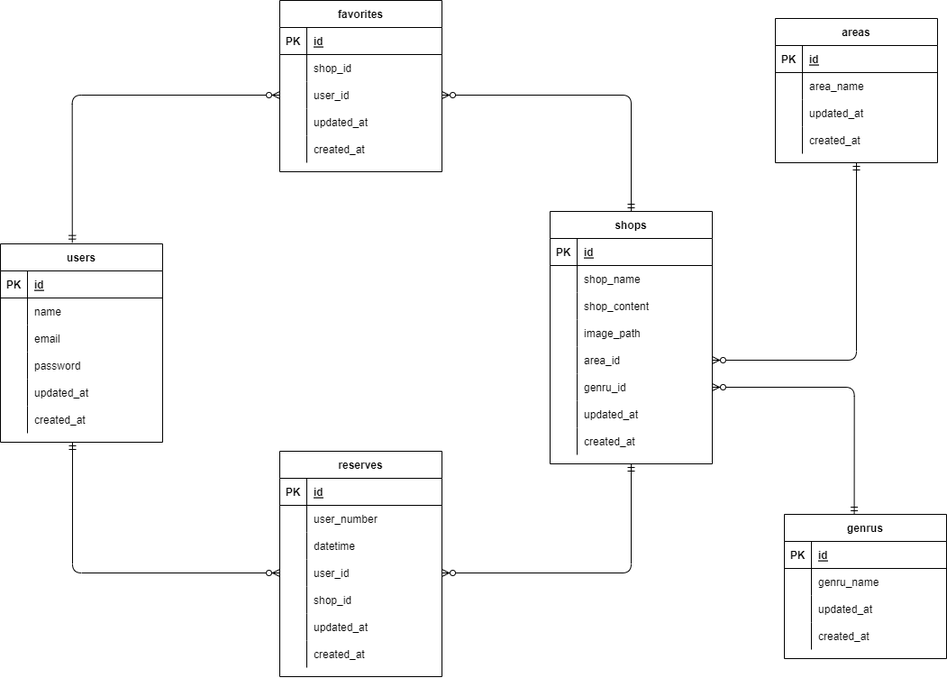
Before: index.drawio.png, a diagram exported from draw.io (tatsumaki0301/Personalpj). Source tidied: cells renumbered, new cells last; positions are measured from the earlier drawing's top-left corner, leaving out a move shared by most shapes.
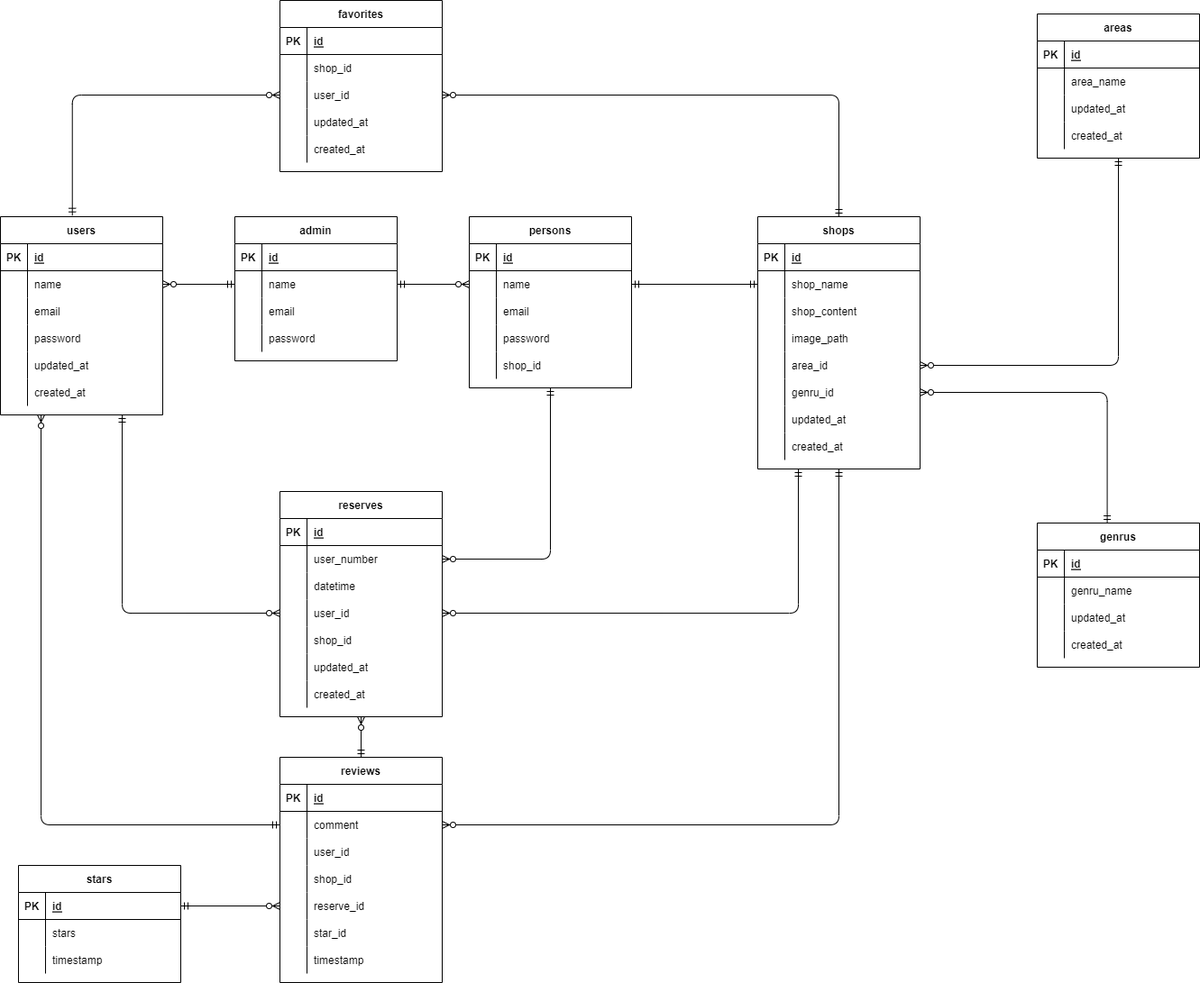
Later version of the same file.

Diff of the diagram source:
```diff
@@ -3,7 +3,7 @@
     <mxCell id="0" />
     <mxCell id="1" parent="0" />
     <mxCell id="2" value="users" style="shape=table;startSize=30;rowLines=0;fontStyle=1;align=center;" parent="1" vertex="1">
-      <mxGeometry y="270" width="180" height="220" as="geometry" />
+      <mxGeometry y="240" width="180" height="220" as="geometry" />
     </mxCell>
     <mxCell id="3" style="shape=partialRectangle;fillColor=none;top=0;left=0;bottom=1;right=0;" parent="2" vertex="1">
       <mxGeometry y="30" width="180" height="30" as="geometry" />
@@ -60,7 +60,7 @@
       <mxGeometry x="30" width="150" height="30" as="geometry" />
     </mxCell>
     <mxCell id="21" value="shops" style="shape=table;startSize=30;rowLines=0;fontStyle=1;align=center;" parent="1" vertex="1">
-      <mxGeometry x="610" y="234" width="180" height="280" as="geometry" />
+      <mxGeometry x="840" y="240" width="180" height="280" as="geometry" />
     </mxCell>
     <mxCell id="22" style="shape=partialRectangle;fillColor=none;top=0;left=0;bottom=1;right=0;" parent="21" vertex="1">
       <mxGeometry y="30" width="180" height="30" as="geometry" />
@@ -135,7 +135,7 @@
       <mxGeometry x="30" width="150" height="30" as="geometry" />
     </mxCell>
     <mxCell id="46" value="reserves" style="shape=table;startSize=30;rowLines=0;fontStyle=1;align=center;" parent="1" vertex="1">
-      <mxGeometry x="310" y="500" width="180" height="250" as="geometry" />
+      <mxGeometry x="310" y="545" width="180" height="250" as="geometry" />
     </mxCell>
     <mxCell id="47" style="shape=partialRectangle;fillColor=none;top=0;left=0;bottom=1;right=0;" parent="46" vertex="1">
       <mxGeometry y="30" width="180" height="30" as="geometry" />
@@ -249,7 +249,7 @@
       <mxGeometry x="30" width="150" height="30" as="geometry" />
     </mxCell>
     <mxCell id="84" value="areas" style="shape=table;startSize=30;rowLines=0;fontStyle=1;align=center;" parent="1" vertex="1">
-      <mxGeometry x="860" y="20" width="180" height="160" as="geometry" />
+      <mxGeometry x="1150" y="15" width="180" height="160" as="geometry" />
     </mxCell>
     <mxCell id="85" style="shape=partialRectangle;fillColor=none;top=0;left=0;bottom=1;right=0;" parent="84" vertex="1">
       <mxGeometry y="30" width="180" height="30" as="geometry" />
@@ -288,7 +288,7 @@
       <mxGeometry x="30" width="150" height="30" as="geometry" />
     </mxCell>
     <mxCell id="97" value="genrus" style="shape=table;startSize=30;rowLines=0;fontStyle=1;align=center;" parent="1" vertex="1">
-      <mxGeometry x="870" y="570" width="180" height="160" as="geometry" />
+      <mxGeometry x="1150" y="580" width="180" height="160" as="geometry" />
     </mxCell>
     <mxCell id="98" style="shape=partialRectangle;fillColor=none;top=0;left=0;bottom=1;right=0;" parent="97" vertex="1">
       <mxGeometry y="30" width="180" height="30" as="geometry" />
@@ -338,13 +338,222 @@
     <mxCell id="113" style="edgeStyle=orthogonalEdgeStyle;fontSize=12;html=1;endArrow=ERzeroToMany;startArrow=ERmandOne;entryX=0;entryY=0.5;entryDx=0;entryDy=0;exitX=0.443;exitY=-0.006;exitDx=0;exitDy=0;exitPerimeter=0;" parent="1" edge="1" source="2" target="75">
       <mxGeometry relative="1" as="geometry" />
     </mxCell>
-    <mxCell id="114" style="edgeStyle=orthogonalEdgeStyle;fontSize=12;html=1;endArrow=ERzeroToMany;startArrow=ERmandOne;entryX=0;entryY=0.5;entryDx=0;entryDy=0;" parent="1" edge="1" target="56">
-      <mxGeometry relative="1" as="geometry">
-        <mxPoint x="80" y="490" as="sourcePoint" />
-      </mxGeometry>
+    <mxCell id="114" style="edgeStyle=orthogonalEdgeStyle;fontSize=12;html=1;endArrow=ERzeroToMany;startArrow=ERmandOne;entryX=0;entryY=0.5;entryDx=0;entryDy=0;exitX=0.75;exitY=1;exitDx=0;exitDy=0;" parent="1" edge="1" source="2" target="56">
+      <mxGeometry relative="1" as="geometry" />
     </mxCell>
-    <mxCell id="115" style="edgeStyle=orthogonalEdgeStyle;fontSize=12;html=1;endArrow=ERzeroToMany;startArrow=ERmandOne;exitX=0.5;exitY=1;exitDx=0;exitDy=0;entryX=1;entryY=0.5;entryDx=0;entryDy=0;" parent="1" edge="1" source="21" target="56">
+    <mxCell id="115" style="edgeStyle=orthogonalEdgeStyle;fontSize=12;html=1;endArrow=ERzeroToMany;startArrow=ERmandOne;exitX=0.25;exitY=1;exitDx=0;exitDy=0;entryX=1;entryY=0.5;entryDx=0;entryDy=0;" parent="1" edge="1" source="21" target="56">
       <mxGeometry relative="1" as="geometry" />
     </mxCell>
+    <mxCell id="116" value="reviews" style="shape=table;startSize=30;rowLines=0;fontStyle=1;align=center;" parent="1" vertex="1">
+      <mxGeometry x="310" y="840" width="180" height="250" as="geometry" />
+    </mxCell>
+    <mxCell id="117" style="shape=partialRectangle;fillColor=none;top=0;left=0;bottom=1;right=0;" parent="116" vertex="1">
+      <mxGeometry y="30" width="180" height="30" as="geometry" />
+    </mxCell>
+    <mxCell id="118" value="PK" style="shape=partialRectangle;fillColor=none;top=0;left=0;bottom=0;right=0;fontStyle=1;overflow=hidden;" parent="117" vertex="1">
+      <mxGeometry width="30" height="30" as="geometry" />
+    </mxCell>
+    <mxCell id="119" value="id" style="shape=partialRectangle;fillColor=none;top=0;left=0;bottom=0;right=0;align=left;spacingLeft=6;fontStyle=5;overflow=hidden;" parent="117" vertex="1">
+      <mxGeometry x="30" width="150" height="30" as="geometry" />
+    </mxCell>
+    <mxCell id="120" style="shape=partialRectangle;fillColor=none;top=0;left=0;bottom=0;right=0;points=[[0,0.5],[1,0.5]];portConstraint=eastwest;" parent="116" vertex="1">
+      <mxGeometry y="60" width="180" height="30" as="geometry" />
+    </mxCell>
+    <mxCell id="121" style="shape=partialRectangle;fillColor=none;top=0;left=0;bottom=0;right=0;overflow=hidden;" parent="120" vertex="1">
+      <mxGeometry width="30" height="30" as="geometry" />
+    </mxCell>
+    <mxCell id="122" value="comment" style="shape=partialRectangle;fillColor=none;top=0;left=0;bottom=0;right=0;align=left;spacingLeft=6;overflow=hidden;" parent="120" vertex="1">
+      <mxGeometry x="30" width="150" height="30" as="geometry" />
+    </mxCell>
+    <mxCell id="123" style="shape=partialRectangle;fillColor=none;top=0;left=0;bottom=0;right=0;" parent="116" vertex="1">
+      <mxGeometry y="90" width="180" height="30" as="geometry" />
+    </mxCell>
+    <mxCell id="124" style="shape=partialRectangle;fillColor=none;top=0;left=0;bottom=0;right=0;overflow=hidden;" parent="123" vertex="1">
+      <mxGeometry width="30" height="30" as="geometry" />
+    </mxCell>
+    <mxCell id="125" value="user_id" style="shape=partialRectangle;fillColor=none;top=0;left=0;bottom=0;right=0;align=left;spacingLeft=6;overflow=hidden;" parent="123" vertex="1">
+      <mxGeometry x="30" width="150" height="30" as="geometry" />
+    </mxCell>
+    <mxCell id="126" style="shape=partialRectangle;fillColor=none;top=0;left=0;bottom=0;right=0;" parent="116" vertex="1">
+      <mxGeometry y="120" width="180" height="30" as="geometry" />
+    </mxCell>
+    <mxCell id="127" style="shape=partialRectangle;fillColor=none;top=0;left=0;bottom=0;right=0;overflow=hidden;" parent="126" vertex="1">
+      <mxGeometry width="30" height="30" as="geometry" />
+    </mxCell>
+    <mxCell id="128" value="shop_id" style="shape=partialRectangle;fillColor=none;top=0;left=0;bottom=0;right=0;align=left;spacingLeft=6;overflow=hidden;" parent="126" vertex="1">
+      <mxGeometry x="30" width="150" height="30" as="geometry" />
+    </mxCell>
+    <mxCell id="129" style="shape=partialRectangle;fillColor=none;top=0;left=0;bottom=0;right=0;points=[[0,0.5],[1,0.5]];portConstraint=eastwest;" parent="116" vertex="1">
+      <mxGeometry y="150" width="180" height="30" as="geometry" />
+    </mxCell>
+    <mxCell id="130" style="shape=partialRectangle;fillColor=none;top=0;left=0;bottom=0;right=0;overflow=hidden;" parent="129" vertex="1">
+      <mxGeometry width="30" height="30" as="geometry" />
+    </mxCell>
+    <mxCell id="131" value="reserve_id" style="shape=partialRectangle;fillColor=none;top=0;left=0;bottom=0;right=0;align=left;spacingLeft=6;overflow=hidden;" parent="129" vertex="1">
+      <mxGeometry x="30" width="150" height="30" as="geometry" />
+    </mxCell>
+    <mxCell id="132" style="shape=partialRectangle;fillColor=none;top=0;left=0;bottom=0;right=0;" parent="116" vertex="1">
+      <mxGeometry y="180" width="180" height="30" as="geometry" />
+    </mxCell>
+    <mxCell id="133" style="shape=partialRectangle;fillColor=none;top=0;left=0;bottom=0;right=0;overflow=hidden;" parent="132" vertex="1">
+      <mxGeometry width="30" height="30" as="geometry" />
+    </mxCell>
+    <mxCell id="134" value="star_id" style="shape=partialRectangle;fillColor=none;top=0;left=0;bottom=0;right=0;align=left;spacingLeft=6;overflow=hidden;" parent="132" vertex="1">
+      <mxGeometry x="30" width="150" height="30" as="geometry" />
+    </mxCell>
+    <mxCell id="135" style="shape=partialRectangle;fillColor=none;top=0;left=0;bottom=0;right=0;" parent="116" vertex="1">
+      <mxGeometry y="210" width="180" height="30" as="geometry" />
+    </mxCell>
+    <mxCell id="136" style="shape=partialRectangle;fillColor=none;top=0;left=0;bottom=0;right=0;overflow=hidden;" parent="135" vertex="1">
+      <mxGeometry width="30" height="30" as="geometry" />
+    </mxCell>
+    <mxCell id="137" value="timestamp" style="shape=partialRectangle;fillColor=none;top=0;left=0;bottom=0;right=0;align=left;spacingLeft=6;overflow=hidden;" parent="135" vertex="1">
+      <mxGeometry x="30" width="150" height="30" as="geometry" />
+    </mxCell>
+    <mxCell id="138" value="stars" style="shape=table;startSize=30;rowLines=0;fontStyle=1;align=center;" parent="1" vertex="1">
+      <mxGeometry x="20" y="960" width="180" height="130" as="geometry" />
+    </mxCell>
+    <mxCell id="139" style="shape=partialRectangle;fillColor=none;top=0;left=0;bottom=1;right=0;points=[[0,0.5],[1,0.5]];portConstraint=eastwest;" parent="138" vertex="1">
+      <mxGeometry y="30" width="180" height="30" as="geometry" />
+    </mxCell>
+    <mxCell id="140" value="PK" style="shape=partialRectangle;fillColor=none;top=0;left=0;bottom=0;right=0;fontStyle=1;overflow=hidden;" parent="139" vertex="1">
+      <mxGeometry width="30" height="30" as="geometry" />
+    </mxCell>
+    <mxCell id="141" value="id" style="shape=partialRectangle;fillColor=none;top=0;left=0;bottom=0;right=0;align=left;spacingLeft=6;fontStyle=5;overflow=hidden;" parent="139" vertex="1">
+      <mxGeometry x="30" width="150" height="30" as="geometry" />
+    </mxCell>
+    <mxCell id="142" style="shape=partialRectangle;fillColor=none;top=0;left=0;bottom=0;right=0;" parent="138" vertex="1">
+      <mxGeometry y="60" width="180" height="30" as="geometry" />
+    </mxCell>
+    <mxCell id="143" style="shape=partialRectangle;fillColor=none;top=0;left=0;bottom=0;right=0;overflow=hidden;" parent="142" vertex="1">
+      <mxGeometry width="30" height="30" as="geometry" />
+    </mxCell>
+    <mxCell id="144" value="stars" style="shape=partialRectangle;fillColor=none;top=0;left=0;bottom=0;right=0;align=left;spacingLeft=6;overflow=hidden;" parent="142" vertex="1">
+      <mxGeometry x="30" width="150" height="30" as="geometry" />
+    </mxCell>
+    <mxCell id="145" style="shape=partialRectangle;fillColor=none;top=0;left=0;bottom=0;right=0;" parent="138" vertex="1">
+      <mxGeometry y="90" width="180" height="30" as="geometry" />
+    </mxCell>
+    <mxCell id="146" style="shape=partialRectangle;fillColor=none;top=0;left=0;bottom=0;right=0;overflow=hidden;" parent="145" vertex="1">
+      <mxGeometry width="30" height="30" as="geometry" />
+    </mxCell>
+    <mxCell id="147" value="timestamp" style="shape=partialRectangle;fillColor=none;top=0;left=0;bottom=0;right=0;align=left;spacingLeft=6;overflow=hidden;" parent="145" vertex="1">
+      <mxGeometry x="30" width="150" height="30" as="geometry" />
+    </mxCell>
+    <mxCell id="148" style="fontSize=12;html=1;endArrow=ERzeroToMany;startArrow=ERmandOne;entryX=0;entryY=0.5;entryDx=0;entryDy=0;exitX=1;exitY=0.5;exitDx=0;exitDy=0;" parent="1" edge="1" source="139" target="129">
+      <mxGeometry relative="1" as="geometry" />
+    </mxCell>
+    <mxCell id="149" style="edgeStyle=orthogonalEdgeStyle;fontSize=12;html=1;endArrow=ERzeroToMany;startArrow=ERmandOne;entryX=0.25;entryY=1;entryDx=0;entryDy=0;exitX=0;exitY=0.5;exitDx=0;exitDy=0;" parent="1" edge="1" source="120" target="2">
+      <mxGeometry relative="1" as="geometry" />
+    </mxCell>
+    <mxCell id="150" style="fontSize=12;html=1;endArrow=ERzeroToMany;startArrow=ERmandOne;entryX=0.5;entryY=1;entryDx=0;entryDy=0;exitX=0.5;exitY=0;exitDx=0;exitDy=0;" parent="1" edge="1" source="116" target="46">
+      <mxGeometry relative="1" as="geometry" />
+    </mxCell>
+    <mxCell id="151" style="edgeStyle=orthogonalEdgeStyle;fontSize=12;html=1;endArrow=ERzeroToMany;startArrow=ERmandOne;exitX=0.5;exitY=1;exitDx=0;exitDy=0;entryX=1;entryY=0.5;entryDx=0;entryDy=0;" parent="1" edge="1" source="21" target="120">
+      <mxGeometry relative="1" as="geometry">
+        <Array as="points">
+          <mxPoint x="930" y="915" />
+        </Array>
+      </mxGeometry>
+    </mxCell>
+    <mxCell id="152" value="persons" style="shape=table;startSize=30;rowLines=0;fontStyle=1;align=center;" parent="1" vertex="1">
+      <mxGeometry x="520" y="240" width="180" height="190" as="geometry" />
+    </mxCell>
+    <mxCell id="153" style="shape=partialRectangle;fillColor=none;top=0;left=0;bottom=1;right=0;" parent="152" vertex="1">
+      <mxGeometry y="30" width="180" height="30" as="geometry" />
+    </mxCell>
+    <mxCell id="154" value="PK" style="shape=partialRectangle;fillColor=none;top=0;left=0;bottom=0;right=0;fontStyle=1;overflow=hidden;" parent="153" vertex="1">
+      <mxGeometry width="30" height="30" as="geometry" />
+    </mxCell>
+    <mxCell id="155" value="id" style="shape=partialRectangle;fillColor=none;top=0;left=0;bottom=0;right=0;align=left;spacingLeft=6;fontStyle=5;overflow=hidden;" parent="153" vertex="1">
+      <mxGeometry x="30" width="150" height="30" as="geometry" />
+    </mxCell>
+    <mxCell id="156" style="shape=partialRectangle;fillColor=none;top=0;left=0;bottom=0;right=0;points=[[0,0.5],[1,0.5]];portConstraint=eastwest;" parent="152" vertex="1">
+      <mxGeometry y="60" width="180" height="30" as="geometry" />
+    </mxCell>
+    <mxCell id="157" style="shape=partialRectangle;fillColor=none;top=0;left=0;bottom=0;right=0;overflow=hidden;" parent="156" vertex="1">
+      <mxGeometry width="30" height="30" as="geometry" />
+    </mxCell>
+    <mxCell id="158" value="name " style="shape=partialRectangle;fillColor=none;top=0;left=0;bottom=0;right=0;align=left;spacingLeft=6;overflow=hidden;" parent="156" vertex="1">
+      <mxGeometry x="30" width="150" height="30" as="geometry" />
+    </mxCell>
+    <mxCell id="159" style="shape=partialRectangle;fillColor=none;top=0;left=0;bottom=0;right=0;" parent="152" vertex="1">
+      <mxGeometry y="90" width="180" height="30" as="geometry" />
+    </mxCell>
+    <mxCell id="160" style="shape=partialRectangle;fillColor=none;top=0;left=0;bottom=0;right=0;overflow=hidden;" parent="159" vertex="1">
+      <mxGeometry width="30" height="30" as="geometry" />
+    </mxCell>
+    <mxCell id="161" value="email" style="shape=partialRectangle;fillColor=none;top=0;left=0;bottom=0;right=0;align=left;spacingLeft=6;overflow=hidden;" parent="159" vertex="1">
+      <mxGeometry x="30" width="150" height="30" as="geometry" />
+    </mxCell>
+    <mxCell id="162" style="shape=partialRectangle;fillColor=none;top=0;left=0;bottom=0;right=0;" parent="152" vertex="1">
+      <mxGeometry y="120" width="180" height="30" as="geometry" />
+    </mxCell>
+    <mxCell id="163" style="shape=partialRectangle;fillColor=none;top=0;left=0;bottom=0;right=0;overflow=hidden;" parent="162" vertex="1">
+      <mxGeometry width="30" height="30" as="geometry" />
+    </mxCell>
+    <mxCell id="164" value="password" style="shape=partialRectangle;fillColor=none;top=0;left=0;bottom=0;right=0;align=left;spacingLeft=6;overflow=hidden;" parent="162" vertex="1">
+      <mxGeometry x="30" width="150" height="30" as="geometry" />
+    </mxCell>
+    <mxCell id="165" style="shape=partialRectangle;fillColor=none;top=0;left=0;bottom=0;right=0;" parent="152" vertex="1">
+      <mxGeometry y="150" width="180" height="30" as="geometry" />
+    </mxCell>
+    <mxCell id="166" style="shape=partialRectangle;fillColor=none;top=0;left=0;bottom=0;right=0;overflow=hidden;" parent="165" vertex="1">
+      <mxGeometry width="30" height="30" as="geometry" />
+    </mxCell>
+    <mxCell id="167" value="shop_id" style="shape=partialRectangle;fillColor=none;top=0;left=0;bottom=0;right=0;align=left;spacingLeft=6;overflow=hidden;" parent="165" vertex="1">
+      <mxGeometry x="30" width="150" height="30" as="geometry" />
+    </mxCell>
+    <mxCell id="168" value="admin" style="shape=table;startSize=30;rowLines=0;fontStyle=1;align=center;" parent="1" vertex="1">
+      <mxGeometry x="260" y="240" width="180" height="160" as="geometry" />
+    </mxCell>
+    <mxCell id="169" style="shape=partialRectangle;fillColor=none;top=0;left=0;bottom=1;right=0;" parent="168" vertex="1">
+      <mxGeometry y="30" width="180" height="30" as="geometry" />
+    </mxCell>
+    <mxCell id="170" value="PK" style="shape=partialRectangle;fillColor=none;top=0;left=0;bottom=0;right=0;fontStyle=1;overflow=hidden;" parent="169" vertex="1">
+      <mxGeometry width="30" height="30" as="geometry" />
+    </mxCell>
+    <mxCell id="171" value="id" style="shape=partialRectangle;fillColor=none;top=0;left=0;bottom=0;right=0;align=left;spacingLeft=6;fontStyle=5;overflow=hidden;" parent="169" vertex="1">
+      <mxGeometry x="30" width="150" height="30" as="geometry" />
+    </mxCell>
+    <mxCell id="172" style="shape=partialRectangle;fillColor=none;top=0;left=0;bottom=0;right=0;points=[[0,0.5],[1,0.5]];portConstraint=eastwest;" parent="168" vertex="1">
+      <mxGeometry y="60" width="180" height="30" as="geometry" />
+    </mxCell>
+    <mxCell id="173" style="shape=partialRectangle;fillColor=none;top=0;left=0;bottom=0;right=0;overflow=hidden;" parent="172" vertex="1">
+      <mxGeometry width="30" height="30" as="geometry" />
+    </mxCell>
+    <mxCell id="174" value="name" style="shape=partialRectangle;fillColor=none;top=0;left=0;bottom=0;right=0;align=left;spacingLeft=6;overflow=hidden;" parent="172" vertex="1">
+      <mxGeometry x="30" width="150" height="30" as="geometry" />
+    </mxCell>
+    <mxCell id="175" style="shape=partialRectangle;fillColor=none;top=0;left=0;bottom=0;right=0;" parent="168" vertex="1">
+      <mxGeometry y="90" width="180" height="30" as="geometry" />
+    </mxCell>
+    <mxCell id="176" style="shape=partialRectangle;fillColor=none;top=0;left=0;bottom=0;right=0;overflow=hidden;" parent="175" vertex="1">
+      <mxGeometry width="30" height="30" as="geometry" />
+    </mxCell>
+    <mxCell id="177" value="email" style="shape=partialRectangle;fillColor=none;top=0;left=0;bottom=0;right=0;align=left;spacingLeft=6;overflow=hidden;" parent="175" vertex="1">
+      <mxGeometry x="30" width="150" height="30" as="geometry" />
+    </mxCell>
+    <mxCell id="178" style="shape=partialRectangle;fillColor=none;top=0;left=0;bottom=0;right=0;" parent="168" vertex="1">
+      <mxGeometry y="120" width="180" height="30" as="geometry" />
+    </mxCell>
+    <mxCell id="179" style="shape=partialRectangle;fillColor=none;top=0;left=0;bottom=0;right=0;overflow=hidden;" parent="178" vertex="1">
+      <mxGeometry width="30" height="30" as="geometry" />
+    </mxCell>
+    <mxCell id="180" value="password" style="shape=partialRectangle;fillColor=none;top=0;left=0;bottom=0;right=0;align=left;spacingLeft=6;overflow=hidden;" parent="178" vertex="1">
+      <mxGeometry x="30" width="150" height="30" as="geometry" />
+    </mxCell>
+    <mxCell id="181" style="fontSize=12;html=1;endArrow=ERzeroToMany;startArrow=ERmandOne;entryX=0;entryY=0.5;entryDx=0;entryDy=0;exitX=1;exitY=0.5;exitDx=0;exitDy=0;" parent="1" edge="1" source="172" target="156">
+      <mxGeometry relative="1" as="geometry" />
+    </mxCell>
+    <mxCell id="182" style="fontSize=12;html=1;endArrow=ERzeroToMany;startArrow=ERmandOne;entryX=1;entryY=0.5;entryDx=0;entryDy=0;exitX=0;exitY=0.5;exitDx=0;exitDy=0;" parent="1" edge="1" source="172" target="6">
+      <mxGeometry relative="1" as="geometry" />
+    </mxCell>
+    <mxCell id="183" style="fontSize=12;html=1;endArrow=ERmandOne;startArrow=ERmandOne;entryX=0;entryY=0.5;entryDx=0;entryDy=0;exitX=1;exitY=0.5;exitDx=0;exitDy=0;" parent="1" edge="1" source="156" target="25">
+      <mxGeometry relative="1" as="geometry" />
+    </mxCell>
+    <mxCell id="184" style="edgeStyle=orthogonalEdgeStyle;fontSize=12;html=1;endArrow=ERzeroToMany;startArrow=ERmandOne;entryX=1;entryY=0.5;entryDx=0;entryDy=0;exitX=0.5;exitY=1;exitDx=0;exitDy=0;" parent="1" edge="1" source="152" target="50">
+      <mxGeometry relative="1" as="geometry" />
+    </mxCell>
   </root>
 </mxGraphModel>
```
